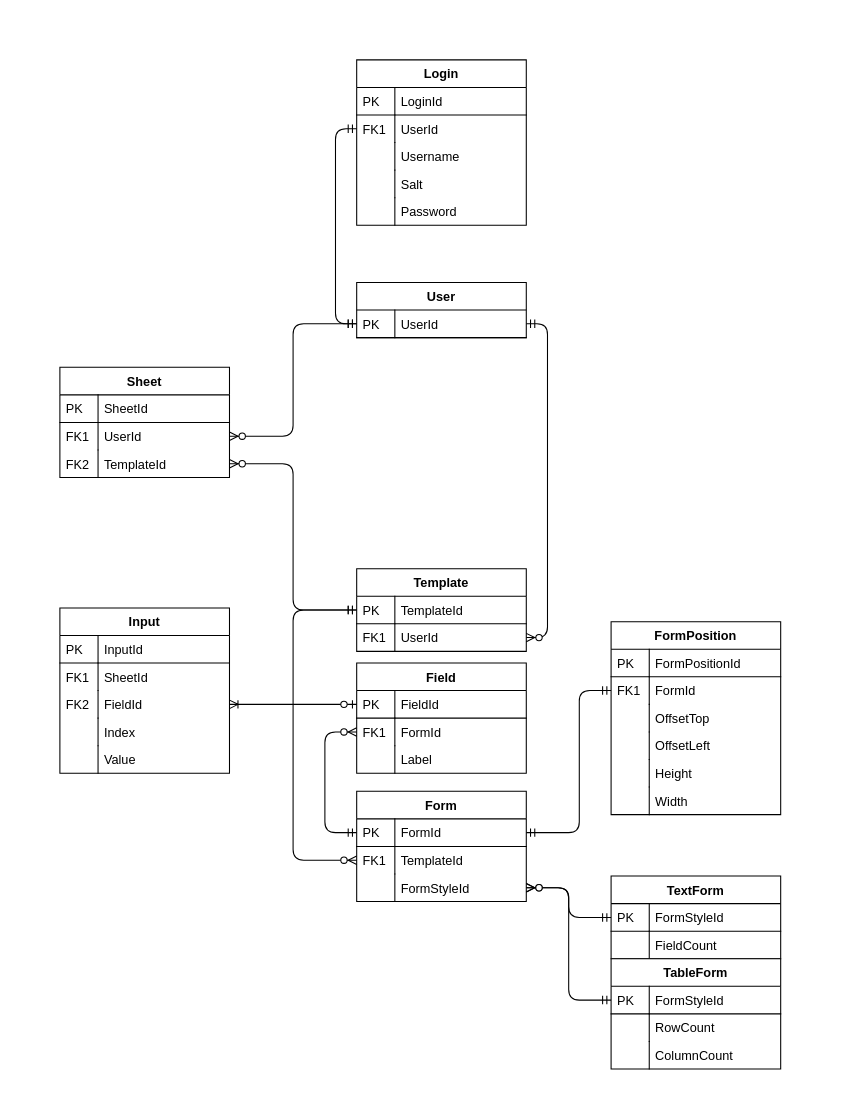
The draw.io diagram project2/Database Entity Relationship.drawio in 042020-dotnet-uta/team4-repo2, before the edit. Source tidied: cells renumbered, new cells numbered last; positions are measured from the earlier drawing's top-left corner, leaving out a move shared by most shapes. Both pictures are drawn from the tidied source at 106%, with x=0, y=0 at pixel (59, 59).
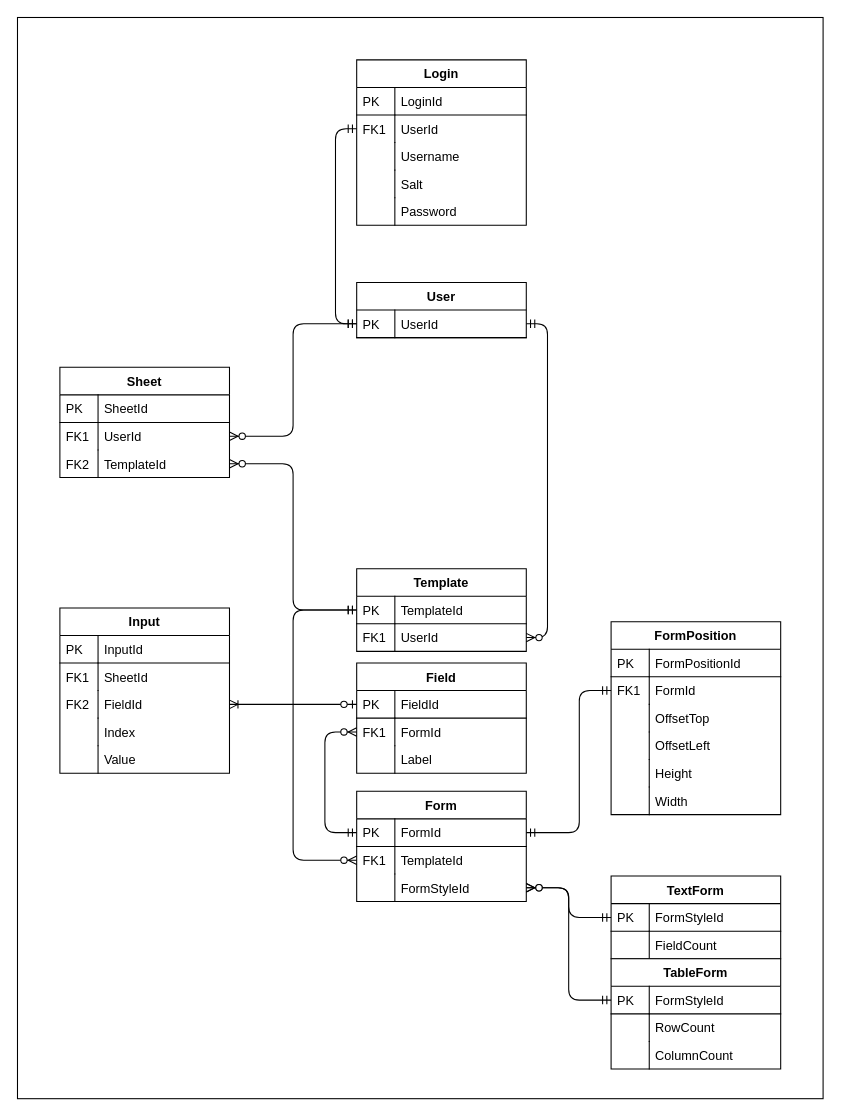
The same page after the edit.

Commit message (it also covers changes not shown here):
Entity Relationship v2

Diff of the diagram source:
```diff
@@
+    <mxCell id="88" style="rounded=0;whiteSpace=wrap;html=1;" parent="1" vertex="1">
+      <mxGeometry x="-40" y="-40" width="760" height="1020" as="geometry" />
+    </mxCell>
```
